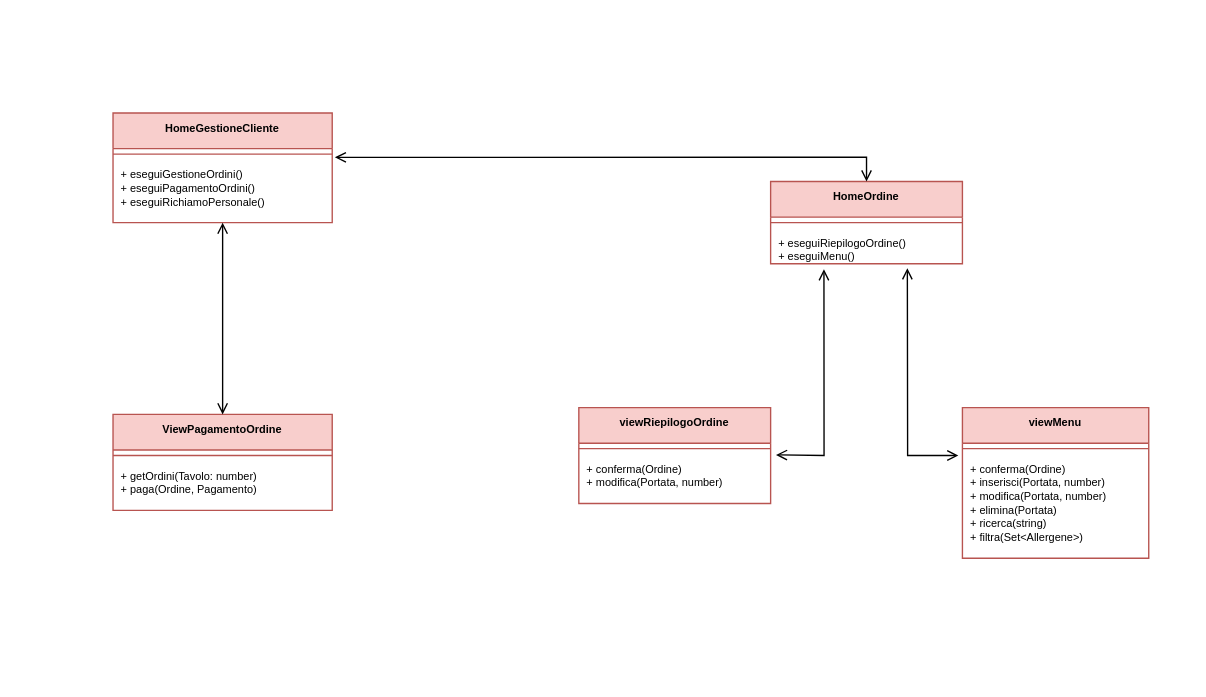
Above: page "Cliente" (3 of 3) of progettazione/dettaglio/dettaglioView.drawio in Marco-Burattoni/Progetto-ids (draw.io), before the change. Source tidied: cells renumbered, new cells numbered last; positions are measured from the earlier drawing's top-left corner, leaving out a move shared by most shapes. Both pictures are drawn from the tidied source at 137%, with x=0, y=0 at pixel (112, 112).
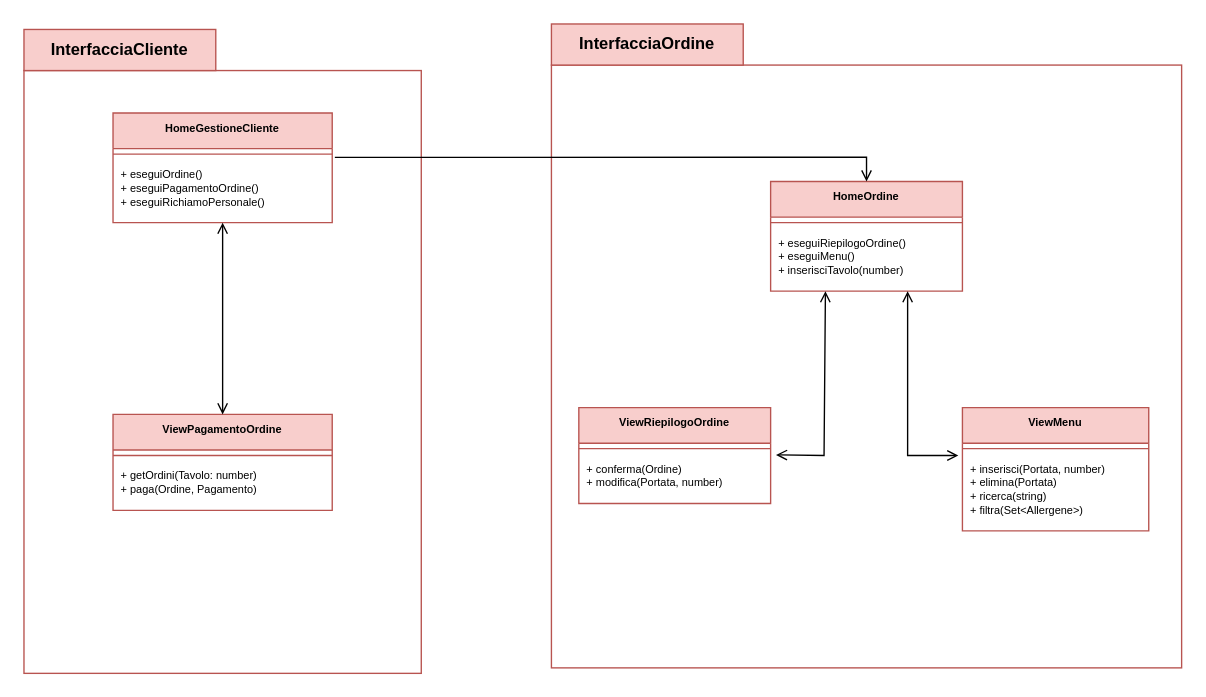
After the change.

Unchanged cells that the change refers to:
```xml
<mxCell id="2" value="HomeGestioneCliente" style="swimlane;fontStyle=1;align=center;verticalAlign=top;horizontal=1;startSize=26;strokeColor=#B85450;fontSize=8;fillColor=#F8CECC;" parent="1" vertex="1">
  <mxGeometry width="160" height="80" as="geometry" />
</mxCell>
<mxCell id="13" value="+ conferma(Ordine)&#10;+ modifica(Portata, number)" style="text;strokeColor=none;fillColor=none;align=left;verticalAlign=top;spacingLeft=4;spacingRight=4;overflow=hidden;points=[[0,0.5],[1,0.5]];portConstraint=eastwest;fontSize=8;" parent="11" vertex="1">
  <mxGeometry y="34" width="140" height="36" as="geometry" />
</mxCell>
```

Diff of the diagram source:
```diff
@@
+    <mxCell id="21" style="group;" parent="1" vertex="1">
+      <mxGeometry x="-65" y="-61" width="290" height="470" as="geometry" />
+    </mxCell>
+    <mxCell id="22" style="html=1;strokeColor=#b85450;fillColor=#FFFFFF;fillStyle=auto;fontSize=8;" parent="21" vertex="1">
+      <mxGeometry y="30" width="290" height="440" as="geometry" />
+    </mxCell>
+    <mxCell id="23" value="&lt;b&gt;InterfacciaCliente&lt;/b&gt;" style="rounded=0;whiteSpace=wrap;html=1;fillColor=#f8cecc;strokeColor=#b85450;" parent="21" vertex="1">
+      <mxGeometry width="140" height="30" as="geometry" />
+    </mxCell>
+    <mxCell id="24" style="html=1;strokeColor=#b85450;fillColor=#FFFFFF;fillStyle=auto;fontSize=8;" parent="1" vertex="1">
+      <mxGeometry x="320" y="-35" width="460" height="440" as="geometry" />
+    </mxCell>
+    <mxCell id="25" value="&lt;b&gt;InterfacciaOrdine&lt;/b&gt;" style="rounded=0;whiteSpace=wrap;html=1;fillColor=#f8cecc;strokeColor=#b85450;" parent="1" vertex="1">
+      <mxGeometry x="320" y="-65" width="140" height="30" as="geometry" />
+    </mxCell>
@@
-    <mxCell id="4" value="+ eseguiGestioneOrdini()&#10;+ eseguiPagamentoOrdini()&#10;+ eseguiRichiamoPersonale()" style="text;strokeColor=none;fillColor=none;align=left;verticalAlign=top;spacingLeft=4;spacingRight=4;overflow=hidden;points=[[0,0.5],[1,0.5]];portConstraint=eastwest;fontSize=8;" parent="2" vertex="1">
+    <mxCell id="4" value="+ eseguiOrdine()&#10;+ eseguiPagamentoOrdine()&#10;+ eseguiRichiamoPersonale()" style="text;strokeColor=none;fillColor=none;align=left;verticalAlign=top;spacingLeft=4;spacingRight=4;overflow=hidden;points=[[0,0.5],[1,0.5]];portConstraint=eastwest;fontSize=8;" parent="2" vertex="1">
       <mxGeometry y="34" width="160" height="46" as="geometry" />
     </mxCell>
@@
     <mxCell id="8" value="HomeOrdine" style="swimlane;fontStyle=1;align=center;verticalAlign=top;horizontal=1;startSize=26;strokeColor=#B85450;fontSize=8;fillColor=#F8CECC;" parent="1" vertex="1">
-      <mxGeometry x="480" y="50" width="140" height="60" as="geometry" />
+      <mxGeometry x="480" y="50" width="140" height="80" as="geometry" />
     </mxCell>
@@
-    <mxCell id="10" value="+ eseguiRiepilogoOrdine()&#10;+ eseguiMenu()" style="text;strokeColor=none;fillColor=none;align=left;verticalAlign=top;spacingLeft=4;spacingRight=4;overflow=hidden;points=[[0,0.5],[1,0.5]];portConstraint=eastwest;fontSize=8;" parent="8" vertex="1">
-      <mxGeometry y="34" width="140" height="26" as="geometry" />
+    <mxCell id="10" value="+ eseguiRiepilogoOrdine()&#10;+ eseguiMenu()&#10;+ inserisciTavolo(number)" style="text;strokeColor=none;fillColor=none;align=left;verticalAlign=top;spacingLeft=4;spacingRight=4;overflow=hidden;points=[[0,0.5],[1,0.5]];portConstraint=eastwest;fontSize=8;" parent="8" vertex="1">
+      <mxGeometry y="34" width="140" height="46" as="geometry" />
     </mxCell>
-    <mxCell id="11" value="viewRiepilogoOrdine" style="swimlane;fontStyle=1;align=center;verticalAlign=top;horizontal=1;startSize=26;strokeColor=#B85450;fontSize=8;fillColor=#F8CECC;" parent="1" vertex="1">
+    <mxCell id="11" value="ViewRiepilogoOrdine" style="swimlane;fontStyle=1;align=center;verticalAlign=top;horizontal=1;startSize=26;strokeColor=#B85450;fontSize=8;fillColor=#F8CECC;" parent="1" vertex="1">
       <mxGeometry x="340" y="215" width="140" height="70" as="geometry" />
     </mxCell>
@@
-    <mxCell id="14" value="viewMenu" style="swimlane;fontStyle=1;align=center;verticalAlign=top;horizontal=1;startSize=26;strokeColor=#B85450;fontSize=8;fillColor=#F8CECC;" parent="1" vertex="1">
-      <mxGeometry x="620" y="215" width="136" height="110" as="geometry" />
+    <mxCell id="14" value="ViewMenu" style="swimlane;fontStyle=1;align=center;verticalAlign=top;horizontal=1;startSize=26;strokeColor=#B85450;fontSize=8;fillColor=#F8CECC;" parent="1" vertex="1">
+      <mxGeometry x="620" y="215" width="136" height="90" as="geometry" />
     </mxCell>
@@
-    <mxCell id="16" value="+ conferma(Ordine)&#10;+ inserisci(Portata, number)&#10;+ modifica(Portata, number)&#10;+ elimina(Portata)&#10;+ ricerca(string)&#10;+ filtra(Set&lt;Allergene&gt;)" style="text;strokeColor=none;fillColor=none;align=left;verticalAlign=top;spacingLeft=4;spacingRight=4;overflow=hidden;fontSize=8;" parent="14" vertex="1">
-      <mxGeometry y="34" width="136" height="76" as="geometry" />
+    <mxCell id="16" value="+ inserisci(Portata, number)&#10;+ elimina(Portata)&#10;+ ricerca(string)&#10;+ filtra(Set&lt;Allergene&gt;)" style="text;strokeColor=none;fillColor=none;align=left;verticalAlign=top;spacingLeft=4;spacingRight=4;overflow=hidden;fontSize=8;" parent="14" vertex="1">
+      <mxGeometry y="34" width="136" height="56" as="geometry" />
     </mxCell>
-    <mxCell id="17" style="endArrow=open;startArrow=open;html=1;rounded=0;fontSize=8;entryX=0.278;entryY=1.154;entryDx=0;entryDy=0;entryPerimeter=0;exitX=1.028;exitY=0.015;exitDx=0;exitDy=0;exitPerimeter=0;startFill=0;endFill=0;" parent="1" edge="1" source="13" target="10">
+    <mxCell id="17" style="endArrow=open;startArrow=open;html=1;rounded=0;fontSize=8;exitX=1.028;exitY=0.015;exitDx=0;exitDy=0;exitPerimeter=0;startFill=0;endFill=0;" parent="1" edge="1" source="13">
       <mxGeometry relative="1" as="geometry">
+        <mxPoint x="520" y="130" as="targetPoint" />
         <Array as="points">
           <mxPoint x="519" y="250" />
         </Array>
       </mxGeometry>
     </mxCell>
-    <mxCell id="18" style="endArrow=open;startArrow=open;html=1;rounded=0;fontSize=8;elbow=vertical;entryX=0.713;entryY=1.087;entryDx=0;entryDy=0;entryPerimeter=0;startFill=0;endFill=0;" parent="1" edge="1">
+    <mxCell id="18" style="endArrow=open;startArrow=open;html=1;rounded=0;fontSize=8;elbow=vertical;startFill=0;endFill=0;" parent="1" edge="1">
       <mxGeometry relative="1" as="geometry">
         <mxPoint x="617" y="250" as="sourcePoint" />
-        <mxPoint x="579.8" y="113.3" as="targetPoint" />
+        <mxPoint x="580" y="130" as="targetPoint" />
         <Array as="points">
           <mxPoint x="580" y="250" />
         </Array>
       </mxGeometry>
     </mxCell>
-    <mxCell id="19" style="endArrow=open;startArrow=open;html=1;rounded=0;fontSize=8;elbow=vertical;entryX=0.5;entryY=0;entryDx=0;entryDy=0;exitX=1.012;exitY=-0.036;exitDx=0;exitDy=0;exitPerimeter=0;edgeStyle=orthogonalEdgeStyle;endFill=0;startFill=0;" parent="1" edge="1" source="4" target="8">
+    <mxCell id="19" style="endArrow=open;startArrow=none;html=1;rounded=0;fontSize=8;elbow=vertical;entryX=0.5;entryY=0;entryDx=0;entryDy=0;exitX=1.012;exitY=-0.036;exitDx=0;exitDy=0;exitPerimeter=0;edgeStyle=orthogonalEdgeStyle;endFill=0;startFill=0;" parent="1" edge="1" source="4" target="8">
       <mxGeometry relative="1" as="geometry" />
     </mxCell>
```
